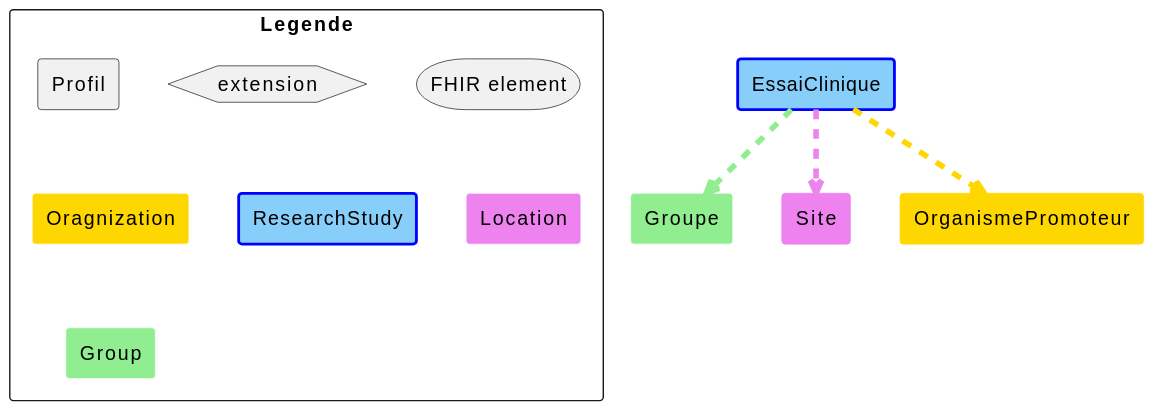
The PlantUML diagram input/images/vueGlobale.svg in ansforge/essais-cliniques, before a commit.
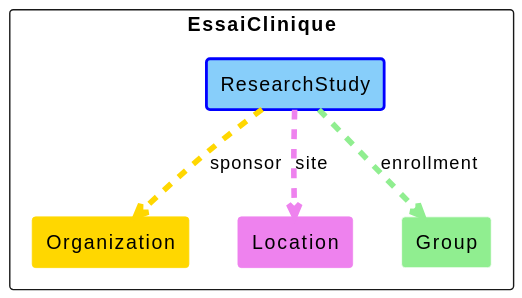
The same diagram one commit later.

Diff of the diagram source:
```diff
@@ -1,28 +1,17 @@
 @startuml
-rectangle EssaiClinique #LightSkyBlue;line:Blue;line.bold;text:Black
+rectangle EssaiClinique {
 
-rectangle Groupe #LightGreen;line:white;text:Black
+    rectangle ResearchStudy #LightSkyBlue;line:Blue;line.bold;text:Black
 
+    rectangle Organization #Gold;line:Gold;text:Black
 
-rectangle Site #Violet;line:Violet;text:Black
+    rectangle Location #Violet;line:Violet;text:Black
 
+    rectangle Group #LightGreen;line:white;text:Black
 
-rectangle OrganismePromoteur #Gold;line:Gold;text:Black
+}
 
-
-EssaiClinique -[#LightGreen,dashed,thickness=4]-> Groupe
-EssaiClinique -[#Violet,dashed,thickness=4]-> Site
-EssaiClinique -[#Gold,dashed,thickness=4]-> OrganismePromoteur
-
-
-rectangle Legende {
-    rectangle Profil
-    hexagon extension
-    storage "FHIR element"
-
-    rectangle Oragnization #Gold;line:white;text:Black
-    rectangle ResearchStudy #LightSkyBlue;line:Blue;line.bold;text:Black
-    rectangle Location #Violet;line:white;text:Black
-    rectangle Group #LightGreen;line:white;text:Black
-}
+ResearchStudy -[#LightGreen,dashed,thickness=4]-> Group : enrollment
+ResearchStudy -[#Violet,dashed,thickness=4]-> Location : site
+ResearchStudy -[#Gold,dashed,thickness=4]-> Organization : sponsor
 @enduml
```
